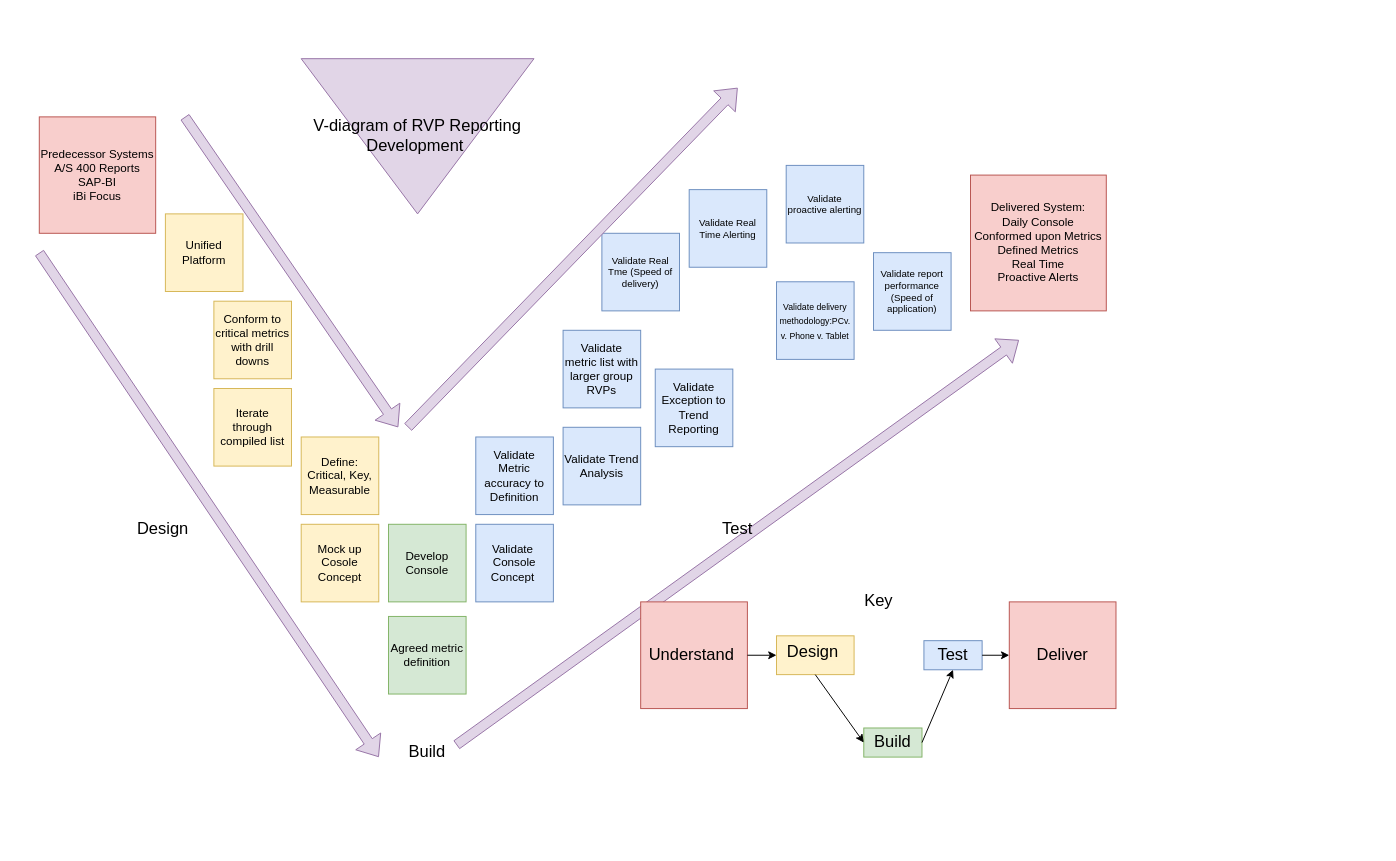
The draw.io diagram V-Diagram4RVP.drawio in RustyTruck/plc4trucksduck, before the edit. Source tidied: cells renumbered, new cells numbered last; positions are measured from the earlier drawing's top-left corner, leaving out a move shared by most shapes. Both pictures are drawn from the tidied source at 97%, with x=0, y=0 at pixel (39, 58).
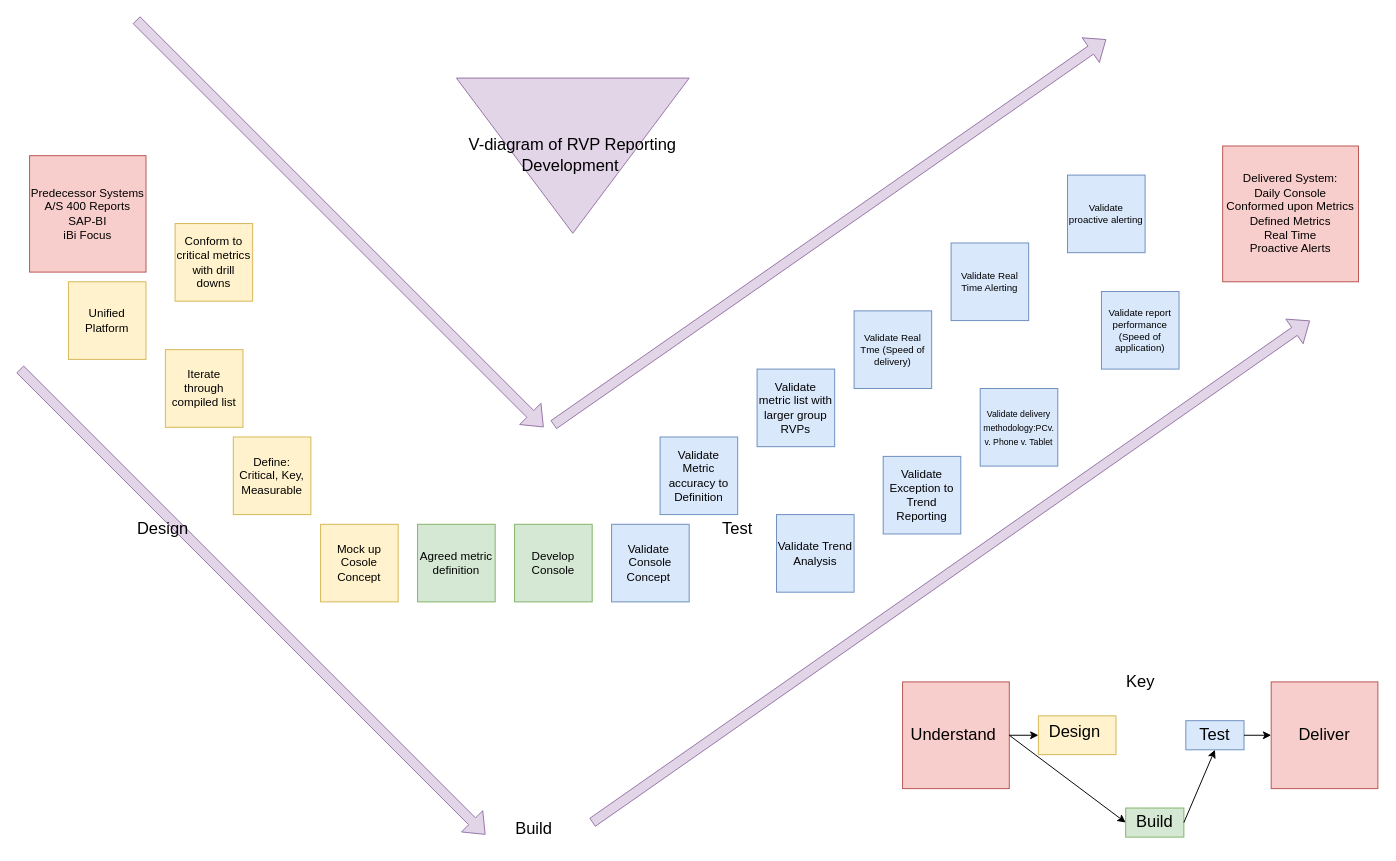
After the change.

Change to the diagram source:
```diff
@@
     <mxCell id="2" value="Predecessor Systems&lt;br&gt;A/S 400 Reports&lt;br&gt;SAP-BI&lt;br&gt;iBi Focus" style="whiteSpace=wrap;html=1;fillColor=#f8cecc;strokeColor=#b85450;" parent="1" vertex="1">
-      <mxGeometry y="60" width="120" height="120" as="geometry" />
+      <mxGeometry x="-10" y="100" width="120" height="120" as="geometry" />
     </mxCell>
     <mxCell id="3" value="Unified Platform" style="whiteSpace=wrap;html=1;fillColor=#fff2cc;strokeColor=#d6b656;" parent="1" vertex="1">
-      <mxGeometry x="130" y="160" width="80" height="80" as="geometry" />
+      <mxGeometry x="30" y="230" width="80" height="80" as="geometry" />
     </mxCell>
     <mxCell id="4" value="Conform to critical metrics with drill downs" style="whiteSpace=wrap;html=1;fillColor=#fff2cc;strokeColor=#d6b656;" parent="1" vertex="1">
-      <mxGeometry x="180" y="250" width="80" height="80" as="geometry" />
+      <mxGeometry x="140" y="170" width="80" height="80" as="geometry" />
     </mxCell>
     <mxCell id="5" value="Agreed metric definition" style="whiteSpace=wrap;html=1;fillColor=#d5e8d4;strokeColor=#82b366;" parent="1" vertex="1">
-      <mxGeometry x="360" y="575" width="80" height="80" as="geometry" />
+      <mxGeometry x="390" y="480" width="80" height="80" as="geometry" />
     </mxCell>
     <mxCell id="6" value="Validate metric list with larger group RVPs" style="whiteSpace=wrap;html=1;fillColor=#dae8fc;strokeColor=#6c8ebf;" parent="1" vertex="1">
-      <mxGeometry x="540" y="280" width="80" height="80" as="geometry" />
+      <mxGeometry x="740" y="320" width="80" height="80" as="geometry" />
     </mxCell>
     <mxCell id="7" value="Validate Metric accuracy to Definition" style="whiteSpace=wrap;html=1;fillColor=#dae8fc;strokeColor=#6c8ebf;" parent="1" vertex="1">
-      <mxGeometry x="450" y="390" width="80" height="80" as="geometry" />
+      <mxGeometry x="640" y="390" width="80" height="80" as="geometry" />
     </mxCell>
     <mxCell id="8" value="Iterate through compiled list" style="whiteSpace=wrap;html=1;fillColor=#fff2cc;strokeColor=#d6b656;" parent="1" vertex="1">
-      <mxGeometry x="180" y="340" width="80" height="80" as="geometry" />
+      <mxGeometry x="130" y="300" width="80" height="80" as="geometry" />
     </mxCell>
     <mxCell id="9" value="Define: Critical, Key, Measurable" style="whiteSpace=wrap;html=1;fillColor=#fff2cc;strokeColor=#d6b656;" parent="1" vertex="1">
-      <mxGeometry x="270" y="390" width="80" height="80" as="geometry" />
+      <mxGeometry x="200" y="390" width="80" height="80" as="geometry" />
     </mxCell>
     <mxCell id="10" value="Validate&amp;nbsp; Console Concept&amp;nbsp;" style="whiteSpace=wrap;html=1;fillColor=#dae8fc;strokeColor=#6c8ebf;" parent="1" vertex="1">
-      <mxGeometry x="450" y="480" width="80" height="80" as="geometry" />
+      <mxGeometry x="590" y="480" width="80" height="80" as="geometry" />
     </mxCell>
     <mxCell id="11" value="Validate Trend Analysis" style="whiteSpace=wrap;html=1;fillColor=#dae8fc;strokeColor=#6c8ebf;" parent="1" vertex="1">
-      <mxGeometry x="540" y="380" width="80" height="80" as="geometry" />
+      <mxGeometry x="760" y="470" width="80" height="80" as="geometry" />
     </mxCell>
     <mxCell id="12" value="Validate Exception to Trend Reporting" style="whiteSpace=wrap;html=1;fillColor=#dae8fc;strokeColor=#6c8ebf;" parent="1" vertex="1">
-      <mxGeometry x="635" y="320" width="80" height="80" as="geometry" />
+      <mxGeometry x="870" y="410" width="80" height="80" as="geometry" />
     </mxCell>
     <mxCell id="13" value="&lt;font style=&quot;font-size: 9px&quot;&gt;Validate delivery methodology:PCv. v. Phone v. Tablet&lt;/font&gt;" style="whiteSpace=wrap;html=1;fillColor=#dae8fc;strokeColor=#6c8ebf;" parent="1" vertex="1">
-      <mxGeometry x="760" y="230" width="80" height="80" as="geometry" />
+      <mxGeometry x="970" y="340" width="80" height="80" as="geometry" />
     </mxCell>
     <mxCell id="14" value="&lt;font size=&quot;1&quot;&gt;Validate Real Tme (Speed of delivery)&lt;/font&gt;" style="whiteSpace=wrap;html=1;fontSize=9;fillColor=#dae8fc;strokeColor=#6c8ebf;" parent="1" vertex="1">
-      <mxGeometry x="580" y="180" width="80" height="80" as="geometry" />
+      <mxGeometry x="840" y="260" width="80" height="80" as="geometry" />
     </mxCell>
     <mxCell id="15" value="Validate report performance (Speed of application)" style="whiteSpace=wrap;html=1;fontSize=10;fillColor=#dae8fc;strokeColor=#6c8ebf;" parent="1" vertex="1">
-      <mxGeometry x="860" y="200" width="80" height="80" as="geometry" />
+      <mxGeometry x="1095" y="240" width="80" height="80" as="geometry" />
     </mxCell>
     <mxCell id="16" value="Validate Real Time Alerting" style="whiteSpace=wrap;html=1;fontSize=10;fillColor=#dae8fc;strokeColor=#6c8ebf;" parent="1" vertex="1">
-      <mxGeometry x="670" y="135" width="80" height="80" as="geometry" />
+      <mxGeometry x="940" y="190" width="80" height="80" as="geometry" />
     </mxCell>
     <mxCell id="17" value="Validate proactive alerting" style="whiteSpace=wrap;html=1;fontSize=10;fillColor=#dae8fc;strokeColor=#6c8ebf;" parent="1" vertex="1">
-      <mxGeometry x="770" y="110" width="80" height="80" as="geometry" />
+      <mxGeometry x="1060" y="120" width="80" height="80" as="geometry" />
     </mxCell>
     <mxCell id="18" style="shape=flexArrow;endArrow=classic;html=1;rounded=0;fontSize=10;fillColor=#e1d5e7;strokeColor=#9673a6;" parent="1" edge="1">
       <mxGeometry relative="1" as="geometry">
-        <mxPoint y="200" as="sourcePoint" />
-        <mxPoint x="350" y="720" as="targetPoint" />
+        <mxPoint x="-20" y="320" as="sourcePoint" />
+        <mxPoint x="460" y="800" as="targetPoint" />
       </mxGeometry>
     </mxCell>
-    <mxCell id="19" style="shape=flexArrow;endArrow=classic;html=1;rounded=0;fontSize=10;fillColor=#e1d5e7;strokeColor=#9673a6;" parent="1" edge="1">
-      <mxGeometry relative="1" as="geometry">
-        <mxPoint x="150" y="60" as="sourcePoint" />
-        <mxPoint x="370" y="380" as="targetPoint" />
-      </mxGeometry>
-    </mxCell>
-    <mxCell id="20" style="shape=flexArrow;endArrow=classic;html=1;rounded=0;fontSize=10;fillColor=#e1d5e7;strokeColor=#9673a6;" parent="1" edge="1">
-      <mxGeometry relative="1" as="geometry">
-        <mxPoint x="380" y="380" as="sourcePoint" />
-        <mxPoint x="720" y="30" as="targetPoint" />
-      </mxGeometry>
-    </mxCell>
-    <mxCell id="21" style="shape=flexArrow;endArrow=classic;html=1;rounded=0;fontSize=10;fillColor=#e1d5e7;strokeColor=#9673a6;exitX=1;exitY=0.25;exitDx=0;exitDy=0;" parent="1" edge="1" source="24">
+    <mxCell id="21" style="shape=flexArrow;endArrow=classic;html=1;rounded=0;fontSize=10;fillColor=#e1d5e7;strokeColor=#9673a6;exitX=1;exitY=0.25;exitDx=0;exitDy=0;" parent="1" edge="1">
       <mxGeometry relative="1" as="geometry">
-        <mxPoint x="1010" y="290" as="targetPoint" />
+        <mxPoint x="570" y="787.5" as="sourcePoint" />
+        <mxPoint x="1310" y="270" as="targetPoint" />
       </mxGeometry>
     </mxCell>
     <mxCell id="22" value="&lt;font style=&quot;font-size: 17px&quot;&gt;V-diagram of RVP Reporting Development&amp;nbsp;&lt;/font&gt;" style="triangle;whiteSpace=wrap;html=1;fontSize=10;direction=south;fillColor=#e1d5e7;strokeColor=#9673a6;" parent="1" vertex="1">
-      <mxGeometry x="270" width="240" height="160" as="geometry" />
+      <mxGeometry x="430" y="20" width="240" height="160" as="geometry" />
     </mxCell>
@@
     <mxCell id="24" value="Build" style="text;html=1;strokeColor=none;fillColor=none;align=center;verticalAlign=middle;whiteSpace=wrap;rounded=0;fontSize=17;" parent="1" vertex="1">
-      <mxGeometry x="370" y="700" width="60" height="30" as="geometry" />
+      <mxGeometry x="480" y="780" width="60" height="30" as="geometry" />
     </mxCell>
@@
     <mxCell id="26" value="Mock up Cosole Concept" style="whiteSpace=wrap;html=1;fillColor=#fff2cc;strokeColor=#d6b656;" parent="1" vertex="1">
-      <mxGeometry x="270" y="480" width="80" height="80" as="geometry" />
+      <mxGeometry x="290" y="480" width="80" height="80" as="geometry" />
     </mxCell>
     <mxCell id="27" value="Develop Console" style="whiteSpace=wrap;html=1;fillColor=#d5e8d4;strokeColor=#82b366;" parent="1" vertex="1">
-      <mxGeometry x="360" y="480" width="80" height="80" as="geometry" />
+      <mxGeometry x="490" y="480" width="80" height="80" as="geometry" />
     </mxCell>
     <mxCell id="28" value="&lt;span style=&quot;color: rgb(0 , 0 , 0) ; font-family: &amp;#34;helvetica&amp;#34; ; font-size: 17px ; font-style: normal ; font-weight: 400 ; letter-spacing: normal ; text-indent: 0px ; text-transform: none ; word-spacing: 0px ; display: inline ; float: none ; background-color: rgb(255 , 242 , 204)&quot;&gt;Design&amp;nbsp;&lt;/span&gt;" style="text;whiteSpace=wrap;html=1;fontSize=17;fillColor=#fff2cc;strokeColor=#d6b656;align=center;" parent="1" vertex="1">
-      <mxGeometry x="760" y="595" width="80" height="40" as="geometry" />
+      <mxGeometry x="1030" y="677.5" width="80" height="40" as="geometry" />
     </mxCell>
     <mxCell id="29" value="Build" style="text;html=1;strokeColor=#82b366;fillColor=#d5e8d4;align=center;verticalAlign=middle;whiteSpace=wrap;rounded=0;fontSize=17;" parent="1" vertex="1">
-      <mxGeometry x="850" y="690" width="60" height="30" as="geometry" />
+      <mxGeometry x="1120" y="772.5" width="60" height="30" as="geometry" />
     </mxCell>
     <mxCell id="30" value="Test" style="text;html=1;strokeColor=#6C8EBF;fillColor=#dae8fc;align=center;verticalAlign=middle;whiteSpace=wrap;rounded=0;fontSize=17;" parent="1" vertex="1">
-      <mxGeometry x="912" y="600" width="60" height="30" as="geometry" />
+      <mxGeometry x="1182" y="682.5" width="60" height="30" as="geometry" />
     </mxCell>
     <mxCell id="31" value="Key" style="text;html=1;align=center;verticalAlign=middle;strokeColor=none;fillColor=none;fontSize=17;" parent="1" vertex="1">
-      <mxGeometry x="840" y="545" width="50" height="30" as="geometry" />
+      <mxGeometry x="1110" y="627.5" width="50" height="30" as="geometry" />
     </mxCell>
     <mxCell id="32" value="Delivered System:&lt;br&gt;Daily Console&lt;br&gt;Conformed upon Metrics&lt;br&gt;Defined Metrics&lt;br&gt;Real Time&lt;br&gt;Proactive Alerts" style="whiteSpace=wrap;html=1;fillColor=#f8cecc;strokeColor=#b85450;" parent="1" vertex="1">
-      <mxGeometry x="960" y="120" width="140" height="140" as="geometry" />
+      <mxGeometry x="1220" y="90" width="140" height="140" as="geometry" />
     </mxCell>
     <mxCell id="33" value="Understand&amp;nbsp;" style="whiteSpace=wrap;html=1;labelBackgroundColor=#F8CECC;fontSize=17;strokeColor=#b85450;fillColor=#f8cecc;" parent="1" vertex="1">
-      <mxGeometry x="620" y="560" width="110" height="110" as="geometry" />
+      <mxGeometry x="890" y="642.5" width="110" height="110" as="geometry" />
     </mxCell>
     <mxCell id="34" value="Deliver" style="whiteSpace=wrap;html=1;labelBackgroundColor=#F8CECC;fontSize=17;strokeColor=#b85450;fillColor=#f8cecc;" parent="1" vertex="1">
-      <mxGeometry x="1000" y="560" width="110" height="110" as="geometry" />
+      <mxGeometry x="1270" y="642.5" width="110" height="110" as="geometry" />
     </mxCell>
@@
-    <mxCell id="37" style="endArrow=classic;html=1;rounded=0;fontSize=17;entryX=0;entryY=0.5;entryDx=0;entryDy=0;" parent="1" edge="1" target="29">
-      <mxGeometry relative="1" as="geometry">
-        <mxPoint x="800" y="635" as="sourcePoint" />
-      </mxGeometry>
+    <mxCell id="37" style="endArrow=classic;html=1;rounded=0;fontSize=17;entryX=0;entryY=0.5;entryDx=0;entryDy=0;exitX=1;exitY=0.5;exitDx=0;exitDy=0;" parent="1" edge="1" source="33" target="29">
+      <mxGeometry relative="1" as="geometry" />
     </mxCell>
@@
+    <mxCell id="39" style="shape=flexArrow;endArrow=classic;html=1;rounded=0;fontSize=10;fillColor=#e1d5e7;strokeColor=#9673a6;" parent="1" edge="1">
+      <mxGeometry relative="1" as="geometry">
+        <mxPoint x="100" y="-40" as="sourcePoint" />
+        <mxPoint x="520" y="380" as="targetPoint" />
+      </mxGeometry>
+    </mxCell>
+    <mxCell id="40" style="shape=flexArrow;endArrow=classic;html=1;rounded=0;fontSize=10;fillColor=#e1d5e7;strokeColor=#9673a6;exitX=1;exitY=0.25;exitDx=0;exitDy=0;" parent="1" edge="1">
+      <mxGeometry relative="1" as="geometry">
+        <mxPoint x="530" y="377.5" as="sourcePoint" />
+        <mxPoint x="1100" y="-20" as="targetPoint" />
+      </mxGeometry>
+    </mxCell>
```
